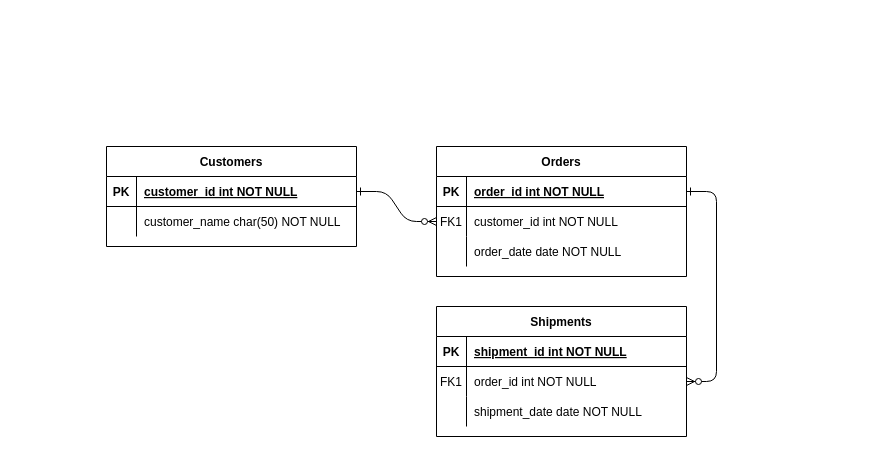
Above: Diagrama sin título.drawio in Eignerth/tiendita-don-pepe (draw.io), before the change. Source tidied: cells renumbered, new cells numbered last; positions are measured from the earlier drawing's top-left corner, leaving out a move shared by most shapes. Both pictures are drawn from the tidied source at 100%, with x=0, y=0 at pixel (106, 146).
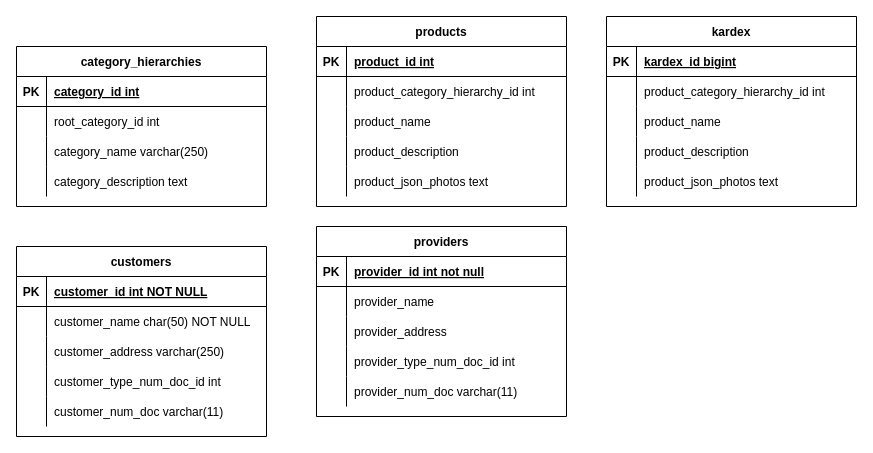
The same diagram, later.

Unchanged cells that the change refers to:
```xml
<mxCell id="5" style="shape=partialRectangle;fillColor=none;points=[[0,0.5],[1,0.5]];portConstraint=eastwest;top=0;left=0;right=0;bottom=1;" parent="4" vertex="1">
  <mxGeometry y="30" width="250" height="30" as="geometry" />
</mxCell>
<mxCell id="15" style="shape=partialRectangle;fillColor=none;top=0;left=0;right=0;bottom=1;" parent="14" vertex="1">
  <mxGeometry y="30" width="250" height="30" as="geometry" />
</mxCell>
<mxCell id="18" style="shape=partialRectangle;fillColor=none;points=[[0,0.5],[1,0.5]];portConstraint=eastwest;top=0;left=0;right=0;bottom=0;" parent="14" vertex="1">
  <mxGeometry y="60" width="250" height="30" as="geometry" />
</mxCell>
<mxCell id="21" style="shape=partialRectangle;fillColor=none;top=0;left=0;right=0;bottom=0;" parent="14" vertex="1">
  <mxGeometry y="90" width="250" height="30" as="geometry" />
</mxCell>
<mxCell id="25" style="shape=partialRectangle;fillColor=none;points=[[0,0.5],[1,0.5]];portConstraint=eastwest;top=0;left=0;right=0;bottom=1;" parent="24" vertex="1">
  <mxGeometry y="30" width="250" height="30" as="geometry" />
</mxCell>
<mxCell id="28" style="shape=partialRectangle;fillColor=none;top=0;left=0;right=0;bottom=0;" parent="24" vertex="1">
  <mxGeometry y="60" width="250" height="30" as="geometry" />
</mxCell>
```

Diff of the diagram source:
```diff
@@
-<mxGraphModel>
+<mxGraphModel background="#ffffff">
@@
-    <mxCell id="2" style="edgeStyle=entityRelationEdgeStyle;endArrow=ERzeroToMany;startArrow=ERone;endFill=1;startFill=0;" parent="1" edge="1" source="25" target="8">
-      <mxGeometry relative="1" as="geometry" />
-    </mxCell>
-    <mxCell id="3" style="edgeStyle=entityRelationEdgeStyle;endArrow=ERzeroToMany;startArrow=ERone;endFill=1;startFill=0;" parent="1" edge="1" source="5" target="18">
-      <mxGeometry relative="1" as="geometry" />
-    </mxCell>
-    <mxCell id="4" value="Orders" style="shape=table;startSize=30;childLayout=tableLayout;rowLines=0;fontStyle=1;align=center;" parent="1" vertex="1">
-      <mxGeometry x="330" width="250" height="130" as="geometry" />
+    <mxCell id="4" value="category_hierarchies" style="shape=table;startSize=30;childLayout=tableLayout;rowLines=0;fontStyle=1;align=center;" parent="1" vertex="1">
+      <mxGeometry x="-90" y="-100" width="250" height="160" as="geometry" />
     </mxCell>
@@
-    <mxCell id="7" value="order_id int NOT NULL " style="shape=partialRectangle;overflow=hidden;fillColor=none;top=0;left=0;bottom=0;right=0;align=left;spacingLeft=6;fontStyle=5;" parent="5" vertex="1">
+    <mxCell id="7" value="category_id int" style="shape=partialRectangle;overflow=hidden;fillColor=none;top=0;left=0;bottom=0;right=0;align=left;spacingLeft=6;fontStyle=5;" parent="5" vertex="1">
       <mxGeometry x="30" width="220" height="30" as="geometry" />
     </mxCell>
+    <mxCell id="31" style="shape=partialRectangle;fillColor=none;top=0;left=0;right=0;bottom=0;" parent="4" vertex="1">
+      <mxGeometry y="60" width="250" height="30" as="geometry" />
+    </mxCell>
+    <mxCell id="32" style="shape=partialRectangle;overflow=hidden;fillColor=none;top=0;left=0;bottom=0;right=0;" parent="31" vertex="1">
+      <mxGeometry width="30" height="30" as="geometry" />
+    </mxCell>
+    <mxCell id="33" value="root_category_id int" style="shape=partialRectangle;overflow=hidden;fillColor=none;top=0;left=0;bottom=0;right=0;align=left;spacingLeft=6;" parent="31" vertex="1">
+      <mxGeometry x="30" width="220" height="30" as="geometry" />
+    </mxCell>
     <mxCell id="8" style="shape=partialRectangle;fillColor=none;points=[[0,0.5],[1,0.5]];portConstraint=eastwest;top=0;left=0;right=0;bottom=0;" parent="4" vertex="1">
-      <mxGeometry y="60" width="250" height="30" as="geometry" />
+      <mxGeometry y="90" width="250" height="30" as="geometry" />
     </mxCell>
-    <mxCell id="9" value="FK1" style="shape=partialRectangle;overflow=hidden;fillColor=none;top=0;left=0;bottom=0;right=0;" parent="8" vertex="1">
+    <mxCell id="9" style="shape=partialRectangle;overflow=hidden;fillColor=none;top=0;left=0;bottom=0;right=0;" parent="8" vertex="1">
       <mxGeometry width="30" height="30" as="geometry" />
     </mxCell>
-    <mxCell id="10" value="customer_id int NOT NULL" style="shape=partialRectangle;overflow=hidden;fillColor=none;top=0;left=0;bottom=0;right=0;align=left;spacingLeft=6;" parent="8" vertex="1">
+    <mxCell id="10" value="category_name varchar(250)" style="shape=partialRectangle;overflow=hidden;fillColor=none;top=0;left=0;bottom=0;right=0;align=left;spacingLeft=6;" parent="8" vertex="1">
       <mxGeometry x="30" width="220" height="30" as="geometry" />
     </mxCell>
     <mxCell id="11" style="shape=partialRectangle;fillColor=none;top=0;left=0;right=0;bottom=0;" parent="4" vertex="1">
-      <mxGeometry y="90" width="250" height="30" as="geometry" />
+      <mxGeometry y="120" width="250" height="30" as="geometry" />
     </mxCell>
@@
-    <mxCell id="13" value="order_date date NOT NULL" style="shape=partialRectangle;overflow=hidden;fillColor=none;top=0;left=0;bottom=0;right=0;align=left;spacingLeft=6;" parent="11" vertex="1">
+    <mxCell id="13" value="category_description text" style="shape=partialRectangle;overflow=hidden;fillColor=none;top=0;left=0;bottom=0;right=0;align=left;spacingLeft=6;" parent="11" vertex="1">
       <mxGeometry x="30" width="220" height="30" as="geometry" />
     </mxCell>
-    <mxCell id="14" value="Shipments" style="shape=table;startSize=30;childLayout=tableLayout;rowLines=0;fontStyle=1;align=center;" parent="1" vertex="1">
-      <mxGeometry x="330" y="160" width="250" height="130" as="geometry" />
+    <mxCell id="14" value="products" style="shape=table;startSize=30;childLayout=tableLayout;rowLines=0;fontStyle=1;align=center;" parent="1" vertex="1">
+      <mxGeometry x="210" y="-130" width="250" height="190" as="geometry" />
     </mxCell>
@@
-    <mxCell id="17" value="shipment_id int NOT NULL " style="shape=partialRectangle;overflow=hidden;fillColor=none;top=0;left=0;bottom=0;right=0;align=left;spacingLeft=6;fontStyle=5;" parent="15" vertex="1">
+    <mxCell id="17" value="product_id int" style="shape=partialRectangle;overflow=hidden;fillColor=none;top=0;left=0;bottom=0;right=0;align=left;spacingLeft=6;fontStyle=5;" parent="15" vertex="1">
       <mxGeometry x="30" width="220" height="30" as="geometry" />
     </mxCell>
@@
-    <mxCell id="19" value="FK1" style="shape=partialRectangle;overflow=hidden;fillColor=none;top=0;left=0;bottom=0;right=0;" parent="18" vertex="1">
+    <mxCell id="19" style="shape=partialRectangle;overflow=hidden;fillColor=none;top=0;left=0;bottom=0;right=0;" parent="18" vertex="1">
       <mxGeometry width="30" height="30" as="geometry" />
     </mxCell>
-    <mxCell id="20" value="order_id int NOT NULL" style="shape=partialRectangle;overflow=hidden;fillColor=none;top=0;left=0;bottom=0;right=0;align=left;spacingLeft=6;" parent="18" vertex="1">
+    <mxCell id="20" value="product_category_hierarchy_id int" style="shape=partialRectangle;overflow=hidden;fillColor=none;top=0;left=0;bottom=0;right=0;align=left;spacingLeft=6;" parent="18" vertex="1">
       <mxGeometry x="30" width="220" height="30" as="geometry" />
     </mxCell>
@@
-    <mxCell id="23" value="shipment_date date NOT NULL" style="shape=partialRectangle;overflow=hidden;fillColor=none;top=0;left=0;bottom=0;right=0;align=left;spacingLeft=6;" parent="21" vertex="1">
+    <mxCell id="23" value="product_name" style="shape=partialRectangle;overflow=hidden;fillColor=none;top=0;left=0;bottom=0;right=0;align=left;spacingLeft=6;" parent="21" vertex="1">
       <mxGeometry x="30" width="220" height="30" as="geometry" />
     </mxCell>
+    <mxCell id="34" style="shape=partialRectangle;fillColor=none;top=0;left=0;right=0;bottom=0;" parent="14" vertex="1">
+      <mxGeometry y="120" width="250" height="30" as="geometry" />
+    </mxCell>
+    <mxCell id="35" style="shape=partialRectangle;overflow=hidden;fillColor=none;top=0;left=0;bottom=0;right=0;" parent="34" vertex="1">
+      <mxGeometry width="30" height="30" as="geometry" />
+    </mxCell>
+    <mxCell id="36" value="product_description" style="shape=partialRectangle;overflow=hidden;fillColor=none;top=0;left=0;bottom=0;right=0;align=left;spacingLeft=6;" parent="34" vertex="1">
+      <mxGeometry x="30" width="220" height="30" as="geometry" />
+    </mxCell>
+    <mxCell id="37" style="shape=partialRectangle;fillColor=none;top=0;left=0;right=0;bottom=0;" parent="14" vertex="1">
+      <mxGeometry y="150" width="250" height="30" as="geometry" />
+    </mxCell>
+    <mxCell id="38" style="shape=partialRectangle;overflow=hidden;fillColor=none;top=0;left=0;bottom=0;right=0;" parent="37" vertex="1">
+      <mxGeometry width="30" height="30" as="geometry" />
+    </mxCell>
+    <mxCell id="39" value="product_json_photos text" style="shape=partialRectangle;overflow=hidden;fillColor=none;top=0;left=0;bottom=0;right=0;align=left;spacingLeft=6;" parent="37" vertex="1">
+      <mxGeometry x="30" width="220" height="30" as="geometry" />
+    </mxCell>
-    <mxCell id="24" value="Customers" style="shape=table;startSize=30;childLayout=tableLayout;rowLines=0;fontStyle=1;align=center;" parent="1" vertex="1">
-      <mxGeometry width="250" height="100" as="geometry" />
+    <mxCell id="24" value="providers" style="shape=table;startSize=30;childLayout=tableLayout;rowLines=0;fontStyle=1;align=center;" parent="1" vertex="1">
+      <mxGeometry x="210" y="80" width="250" height="190" as="geometry" />
     </mxCell>
@@
-    <mxCell id="27" value="customer_id int NOT NULL " style="shape=partialRectangle;overflow=hidden;fillColor=none;top=0;left=0;bottom=0;right=0;align=left;spacingLeft=6;fontStyle=5;" parent="25" vertex="1">
+    <mxCell id="27" value="provider_id int not null" style="shape=partialRectangle;overflow=hidden;fillColor=none;top=0;left=0;bottom=0;right=0;align=left;spacingLeft=6;fontStyle=5;" parent="25" vertex="1">
       <mxGeometry x="30" width="220" height="30" as="geometry" />
     </mxCell>
@@
-    <mxCell id="30" value="customer_name char(50) NOT NULL" style="shape=partialRectangle;overflow=hidden;fillColor=none;top=0;left=0;bottom=0;right=0;align=left;spacingLeft=6;" parent="28" vertex="1">
+    <mxCell id="30" value="provider_name" style="shape=partialRectangle;overflow=hidden;fillColor=none;top=0;left=0;bottom=0;right=0;align=left;spacingLeft=6;" parent="28" vertex="1">
       <mxGeometry x="30" width="220" height="30" as="geometry" />
     </mxCell>
+    <mxCell id="40" style="shape=partialRectangle;fillColor=none;top=0;left=0;right=0;bottom=0;" parent="24" vertex="1">
+      <mxGeometry y="90" width="250" height="30" as="geometry" />
+    </mxCell>
+    <mxCell id="41" style="shape=partialRectangle;overflow=hidden;fillColor=none;top=0;left=0;bottom=0;right=0;" parent="40" vertex="1">
+      <mxGeometry width="30" height="30" as="geometry" />
+    </mxCell>
+    <mxCell id="42" value="provider_address" style="shape=partialRectangle;overflow=hidden;fillColor=none;top=0;left=0;bottom=0;right=0;align=left;spacingLeft=6;" parent="40" vertex="1">
+      <mxGeometry x="30" width="220" height="30" as="geometry" />
+    </mxCell>
+    <mxCell id="43" style="shape=partialRectangle;fillColor=none;top=0;left=0;right=0;bottom=0;" parent="24" vertex="1">
+      <mxGeometry y="120" width="250" height="30" as="geometry" />
+    </mxCell>
+    <mxCell id="44" style="shape=partialRectangle;overflow=hidden;fillColor=none;top=0;left=0;bottom=0;right=0;" parent="43" vertex="1">
+      <mxGeometry width="30" height="30" as="geometry" />
+    </mxCell>
+    <mxCell id="45" value="provider_type_num_doc_id int" style="shape=partialRectangle;overflow=hidden;fillColor=none;top=0;left=0;bottom=0;right=0;align=left;spacingLeft=6;" parent="43" vertex="1">
+      <mxGeometry x="30" width="220" height="30" as="geometry" />
+    </mxCell>
+    <mxCell id="46" style="shape=partialRectangle;fillColor=none;top=0;left=0;right=0;bottom=0;" parent="24" vertex="1">
+      <mxGeometry y="150" width="250" height="30" as="geometry" />
+    </mxCell>
+    <mxCell id="47" style="shape=partialRectangle;overflow=hidden;fillColor=none;top=0;left=0;bottom=0;right=0;" parent="46" vertex="1">
+      <mxGeometry width="30" height="30" as="geometry" />
+    </mxCell>
+    <mxCell id="48" value="provider_num_doc varchar(11)" style="shape=partialRectangle;overflow=hidden;fillColor=none;top=0;left=0;bottom=0;right=0;align=left;spacingLeft=6;" parent="46" vertex="1">
+      <mxGeometry x="30" width="220" height="30" as="geometry" />
+    </mxCell>
+    <mxCell id="49" value="customers" style="shape=table;startSize=30;childLayout=tableLayout;rowLines=0;fontStyle=1;align=center;" parent="1" vertex="1">
+      <mxGeometry x="-90" y="100" width="250" height="190" as="geometry" />
+    </mxCell>
+    <mxCell id="50" style="shape=partialRectangle;fillColor=none;top=0;left=0;right=0;bottom=1;" parent="49" vertex="1">
+      <mxGeometry y="30" width="250" height="30" as="geometry" />
+    </mxCell>
+    <mxCell id="51" value="PK" style="shape=partialRectangle;overflow=hidden;fillColor=none;top=0;left=0;bottom=0;right=0;fontStyle=1;" parent="50" vertex="1">
+      <mxGeometry width="30" height="30" as="geometry" />
+    </mxCell>
+    <mxCell id="52" value="customer_id int NOT NULL " style="shape=partialRectangle;overflow=hidden;fillColor=none;top=0;left=0;bottom=0;right=0;align=left;spacingLeft=6;fontStyle=5;" parent="50" vertex="1">
+      <mxGeometry x="30" width="220" height="30" as="geometry" />
+    </mxCell>
+    <mxCell id="53" style="shape=partialRectangle;fillColor=none;top=0;left=0;right=0;bottom=0;" parent="49" vertex="1">
+      <mxGeometry y="60" width="250" height="30" as="geometry" />
+    </mxCell>
+    <mxCell id="54" style="shape=partialRectangle;overflow=hidden;fillColor=none;top=0;left=0;bottom=0;right=0;" parent="53" vertex="1">
+      <mxGeometry width="30" height="30" as="geometry" />
+    </mxCell>
+    <mxCell id="55" value="customer_name char(50) NOT NULL" style="shape=partialRectangle;overflow=hidden;fillColor=none;top=0;left=0;bottom=0;right=0;align=left;spacingLeft=6;" parent="53" vertex="1">
+      <mxGeometry x="30" width="220" height="30" as="geometry" />
+    </mxCell>
+    <mxCell id="56" style="shape=partialRectangle;fillColor=none;top=0;left=0;right=0;bottom=0;" parent="49" vertex="1">
+      <mxGeometry y="90" width="250" height="30" as="geometry" />
+    </mxCell>
+    <mxCell id="57" style="shape=partialRectangle;overflow=hidden;fillColor=none;top=0;left=0;bottom=0;right=0;" parent="56" vertex="1">
+      <mxGeometry width="30" height="30" as="geometry" />
+    </mxCell>
+    <mxCell id="58" value="customer_address varchar(250)" style="shape=partialRectangle;overflow=hidden;fillColor=none;top=0;left=0;bottom=0;right=0;align=left;spacingLeft=6;" parent="56" vertex="1">
+      <mxGeometry x="30" width="220" height="30" as="geometry" />
+    </mxCell>
+    <mxCell id="59" style="shape=partialRectangle;fillColor=none;top=0;left=0;right=0;bottom=0;" parent="49" vertex="1">
+      <mxGeometry y="120" width="250" height="30" as="geometry" />
+    </mxCell>
+    <mxCell id="60" style="shape=partialRectangle;overflow=hidden;fillColor=none;top=0;left=0;bottom=0;right=0;" parent="59" vertex="1">
+      <mxGeometry width="30" height="30" as="geometry" />
+    </mxCell>
+    <mxCell id="61" value="customer_type_num_doc_id int" style="shape=partialRectangle;overflow=hidden;fillColor=none;top=0;left=0;bottom=0;right=0;align=left;spacingLeft=6;" parent="59" vertex="1">
+      <mxGeometry x="30" width="220" height="30" as="geometry" />
+    </mxCell>
+    <mxCell id="62" style="shape=partialRectangle;fillColor=none;top=0;left=0;right=0;bottom=0;" parent="49" vertex="1">
+      <mxGeometry y="150" width="250" height="30" as="geometry" />
+    </mxCell>
+    <mxCell id="63" style="shape=partialRectangle;overflow=hidden;fillColor=none;top=0;left=0;bottom=0;right=0;" parent="62" vertex="1">
+      <mxGeometry width="30" height="30" as="geometry" />
+    </mxCell>
+    <mxCell id="64" value="customer_num_doc varchar(11)" style="shape=partialRectangle;overflow=hidden;fillColor=none;top=0;left=0;bottom=0;right=0;align=left;spacingLeft=6;" parent="62" vertex="1">
+      <mxGeometry x="30" width="220" height="30" as="geometry" />
+    </mxCell>
+    <mxCell id="65" value="kardex" style="shape=table;startSize=30;childLayout=tableLayout;rowLines=0;fontStyle=1;align=center;" parent="1" vertex="1">
+      <mxGeometry x="500" y="-130" width="250" height="190" as="geometry" />
+    </mxCell>
+    <mxCell id="66" style="shape=partialRectangle;fillColor=none;top=0;left=0;right=0;bottom=1;" parent="65" vertex="1">
+      <mxGeometry y="30" width="250" height="30" as="geometry" />
+    </mxCell>
+    <mxCell id="67" value="PK" style="shape=partialRectangle;overflow=hidden;fillColor=none;top=0;left=0;bottom=0;right=0;fontStyle=1;" parent="66" vertex="1">
+      <mxGeometry width="30" height="30" as="geometry" />
+    </mxCell>
+    <mxCell id="68" value="kardex_id bigint" style="shape=partialRectangle;overflow=hidden;fillColor=none;top=0;left=0;bottom=0;right=0;align=left;spacingLeft=6;fontStyle=5;" parent="66" vertex="1">
+      <mxGeometry x="30" width="220" height="30" as="geometry" />
+    </mxCell>
+    <mxCell id="69" style="shape=partialRectangle;fillColor=none;top=0;left=0;right=0;bottom=0;" parent="65" vertex="1">
+      <mxGeometry y="60" width="250" height="30" as="geometry" />
+    </mxCell>
+    <mxCell id="70" style="shape=partialRectangle;overflow=hidden;fillColor=none;top=0;left=0;bottom=0;right=0;" parent="69" vertex="1">
+      <mxGeometry width="30" height="30" as="geometry" />
+    </mxCell>
+    <mxCell id="71" value="product_category_hierarchy_id int" style="shape=partialRectangle;overflow=hidden;fillColor=none;top=0;left=0;bottom=0;right=0;align=left;spacingLeft=6;" parent="69" vertex="1">
+      <mxGeometry x="30" width="220" height="30" as="geometry" />
+    </mxCell>
+    <mxCell id="72" style="shape=partialRectangle;fillColor=none;top=0;left=0;right=0;bottom=0;" parent="65" vertex="1">
+      <mxGeometry y="90" width="250" height="30" as="geometry" />
+    </mxCell>
+    <mxCell id="73" style="shape=partialRectangle;overflow=hidden;fillColor=none;top=0;left=0;bottom=0;right=0;" parent="72" vertex="1">
+      <mxGeometry width="30" height="30" as="geometry" />
+    </mxCell>
+    <mxCell id="74" value="product_name" style="shape=partialRectangle;overflow=hidden;fillColor=none;top=0;left=0;bottom=0;right=0;align=left;spacingLeft=6;" parent="72" vertex="1">
+      <mxGeometry x="30" width="220" height="30" as="geometry" />
+    </mxCell>
+    <mxCell id="75" style="shape=partialRectangle;fillColor=none;top=0;left=0;right=0;bottom=0;" parent="65" vertex="1">
+      <mxGeometry y="120" width="250" height="30" as="geometry" />
+    </mxCell>
+    <mxCell id="76" style="shape=partialRectangle;overflow=hidden;fillColor=none;top=0;left=0;bottom=0;right=0;" parent="75" vertex="1">
+      <mxGeometry width="30" height="30" as="geometry" />
+    </mxCell>
+    <mxCell id="77" value="product_description" style="shape=partialRectangle;overflow=hidden;fillColor=none;top=0;left=0;bottom=0;right=0;align=left;spacingLeft=6;" parent="75" vertex="1">
+      <mxGeometry x="30" width="220" height="30" as="geometry" />
+    </mxCell>
+    <mxCell id="78" style="shape=partialRectangle;fillColor=none;top=0;left=0;right=0;bottom=0;" parent="65" vertex="1">
+      <mxGeometry y="150" width="250" height="30" as="geometry" />
+    </mxCell>
+    <mxCell id="79" style="shape=partialRectangle;overflow=hidden;fillColor=none;top=0;left=0;bottom=0;right=0;" parent="78" vertex="1">
+      <mxGeometry width="30" height="30" as="geometry" />
+    </mxCell>
+    <mxCell id="80" value="product_json_photos text" style="shape=partialRectangle;overflow=hidden;fillColor=none;top=0;left=0;bottom=0;right=0;align=left;spacingLeft=6;" parent="78" vertex="1">
+      <mxGeometry x="30" width="220" height="30" as="geometry" />
+    </mxCell>
```
